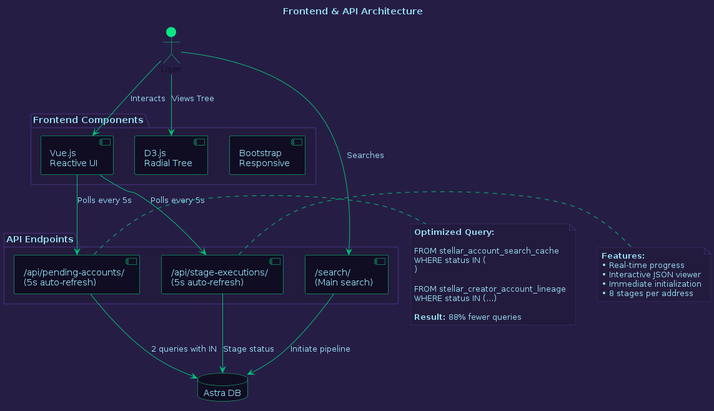
Earlier version of the PlantUML export diagrams/04_frontend_api.png (areveur51/StellarMapWeb).
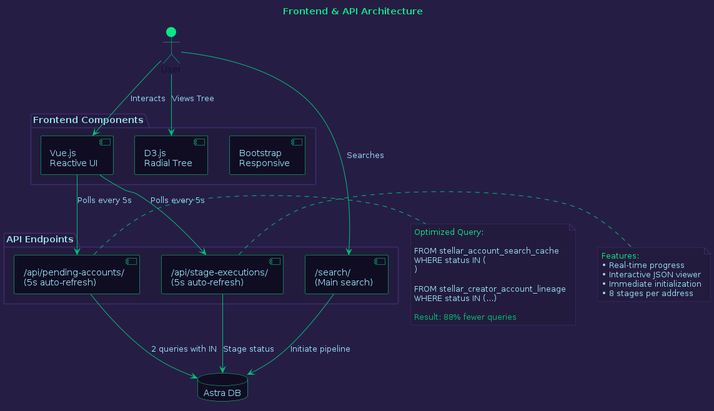
After the commit.

What changed in the source:
```diff
@@ -34,7 +34,7 @@
   FontColor #96DDF2
 }
 
-title Frontend & API Architecture
+title <color:#0BE784>Frontend & API Architecture
 
 actor User #0BE784
 
@@ -62,21 +62,21 @@
 SearchAPI -[#01C176]-> DB : "Initiate pipeline"
 
 note right of PendingAPI #231B3D
-  **Optimized Query:**
+  <color:#0BE784>Optimized Query:
 
-  FROM stellar_account_search_cache
+  <color:#96DDF2>FROM stellar_account_search_cache
   WHERE status IN (
   )
 
   FROM stellar_creator_account_lineage
   WHERE status IN (...)
 
-  **Result:** 88% fewer queries
+  <color:#01C176>Result: 88% fewer queries
 end note
 
 note right of StagesAPI #231B3D
-  **Features:**
-  • Real-time progress
+  <color:#0BE784>Features:
+  <color:#96DDF2>• Real-time progress
   • Interactive JSON viewer
   • Immediate initialization
   • 8 stages per address
```
